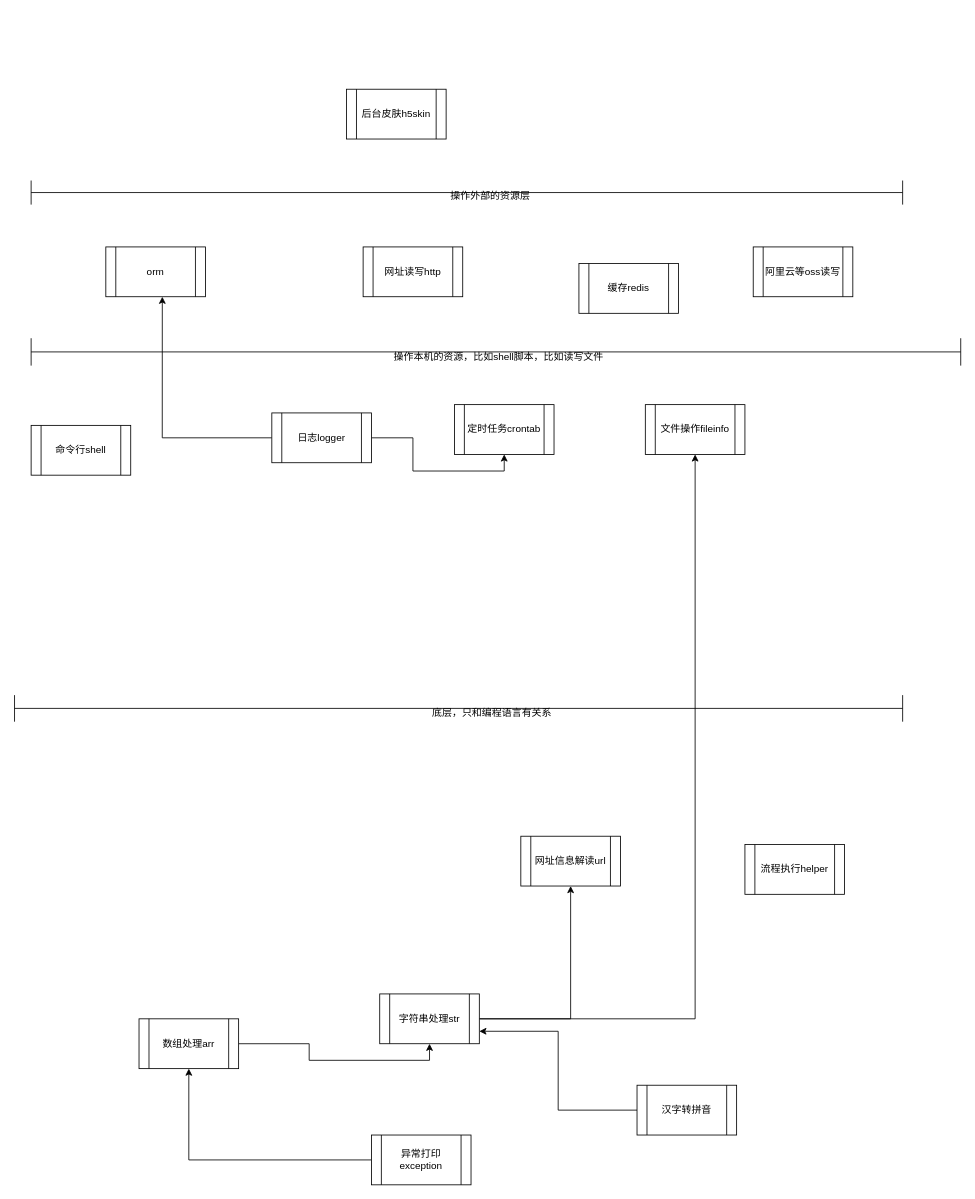
Earlier version of the draw.io diagram 架构代码责任划分.drawio (xltxlm/filesystem). Source tidied: cells renumbered, new cells numbered last; positions are measured from the earlier drawing's top-left corner, leaving out a move shared by most shapes. Both pictures are drawn from the tidied source at 83%, with x=0, y=0 at pixel (14, 89).
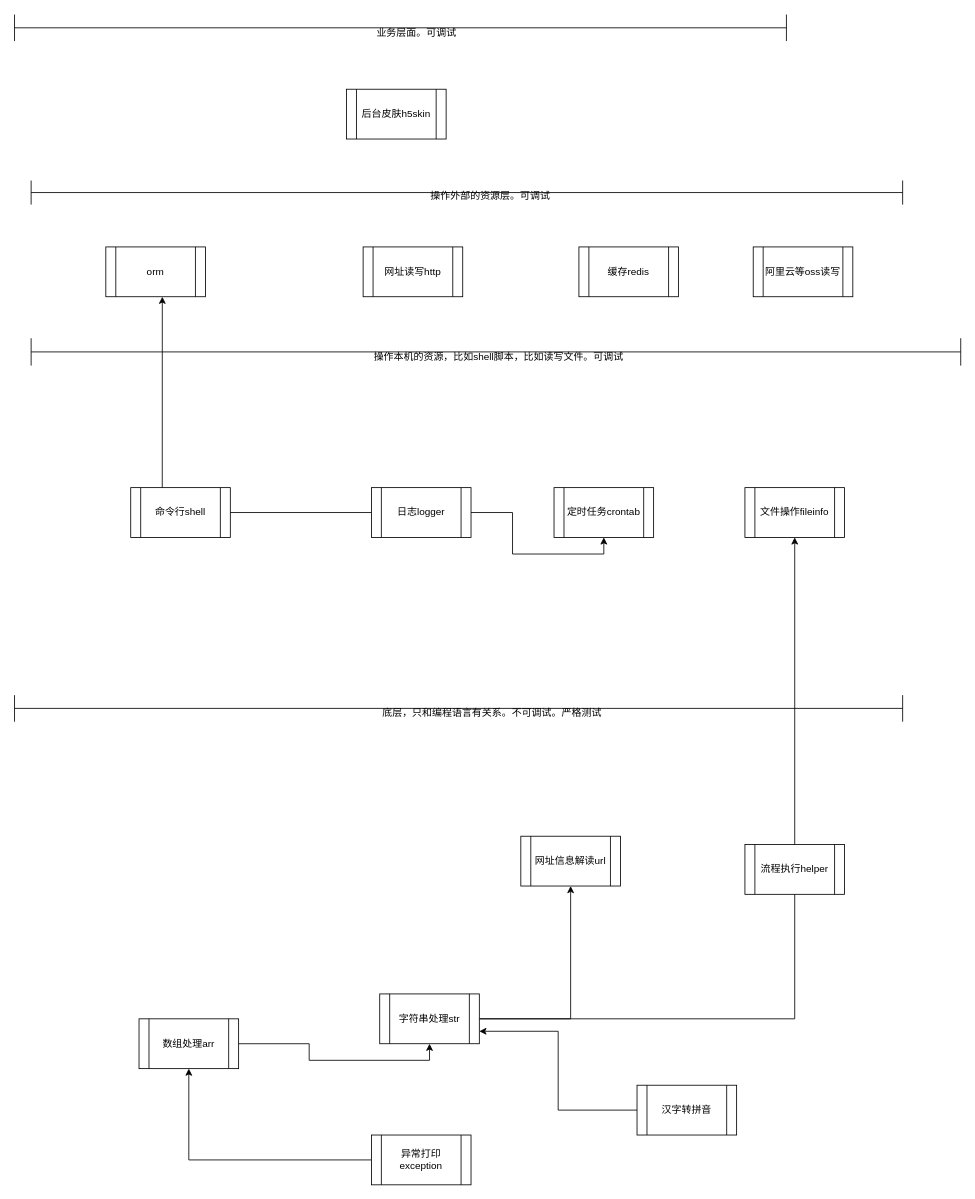
After the change.

Commit message (it also covers changes not shown here):
更新架构代码责任划分.drawio

Unchanged cells that the change refers to:
```xml
<mxCell id="22" style="shape=crossbar;whiteSpace=wrap;html=1;rounded=1;" parent="1" vertex="1">
  <mxGeometry y="730" width="1070" height="32" as="geometry" />
</mxCell>
<mxCell id="24" style="shape=crossbar;whiteSpace=wrap;html=1;rounded=1;" parent="1" vertex="1">
  <mxGeometry x="20" y="110" width="1050" height="29" as="geometry" />
</mxCell>
<mxCell id="26" style="shape=crossbar;whiteSpace=wrap;html=1;rounded=1;" parent="1" vertex="1">
  <mxGeometry x="20" y="300" width="1120" height="33" as="geometry" />
</mxCell>
```

What changed in the source:
```diff
@@
     <mxCell id="9" value="日志logger" style="shape=process;whiteSpace=wrap;html=1;backgroundOutline=1;" parent="1" vertex="1">
-      <mxGeometry x="310" y="390" width="120" height="60" as="geometry" />
+      <mxGeometry x="430" y="480" width="120" height="60" as="geometry" />
     </mxCell>
@@
     <mxCell id="11" value="定时任务crontab" style="shape=process;whiteSpace=wrap;html=1;backgroundOutline=1;" parent="1" vertex="1">
-      <mxGeometry x="530" y="380" width="120" height="60" as="geometry" />
+      <mxGeometry x="650" y="480" width="120" height="60" as="geometry" />
     </mxCell>
@@
     <mxCell id="13" value="命令行shell" style="shape=process;whiteSpace=wrap;html=1;backgroundOutline=1;" parent="1" vertex="1">
-      <mxGeometry x="20" y="405" width="120" height="60" as="geometry" />
+      <mxGeometry x="140" y="480" width="120" height="60" as="geometry" />
     </mxCell>
@@
     <mxCell id="17" value="文件操作fileinfo" style="shape=process;whiteSpace=wrap;html=1;backgroundOutline=1;" parent="1" vertex="1">
-      <mxGeometry x="760" y="380" width="120" height="60" as="geometry" />
+      <mxGeometry x="880" y="480" width="120" height="60" as="geometry" />
     </mxCell>
@@
     <mxCell id="20" value="缓存redis" style="shape=process;whiteSpace=wrap;html=1;backgroundOutline=1;" parent="1" vertex="1">
-      <mxGeometry x="680" y="210" width="120" height="60" as="geometry" />
+      <mxGeometry x="680" y="190" width="120" height="60" as="geometry" />
     </mxCell>
@@
-    <mxCell id="23" value="底层，只和编程语言有关系" style="text;html=1;align=center;verticalAlign=middle;" parent="22" vertex="1">
-      <mxGeometry x="495" y="12" width="160" height="20" as="geometry" />
+    <mxCell id="23" value="底层，只和编程语言有关系。不可调试。严格测试" style="text;html=1;align=center;verticalAlign=middle;" parent="22" vertex="1">
+      <mxGeometry x="435" y="12" width="280" height="20" as="geometry" />
     </mxCell>
@@
-    <mxCell id="25" value="操作外部的资源层" style="text;html=1;align=center;verticalAlign=middle;" parent="24" vertex="1">
-      <mxGeometry x="498" y="9" width="110" height="20" as="geometry" />
+    <mxCell id="25" value="操作外部的资源层。可调试" style="text;html=1;align=center;verticalAlign=middle;" parent="24" vertex="1">
+      <mxGeometry x="473" y="9" width="160" height="20" as="geometry" />
     </mxCell>
@@
-    <mxCell id="27" value="操作本机的资源，比如shell脚本，比如读写文件" style="text;html=1;align=center;verticalAlign=middle;" parent="26" vertex="1">
-      <mxGeometry x="428" y="13" width="270" height="20" as="geometry" />
+    <mxCell id="27" value="操作本机的资源，比如shell脚本，比如读写文件。可调试" style="text;html=1;align=center;verticalAlign=middle;" parent="26" vertex="1">
+      <mxGeometry x="403" y="13" width="320" height="20" as="geometry" />
     </mxCell>
@@
+    <mxCell id="30" style="shape=crossbar;whiteSpace=wrap;html=1;rounded=1;" parent="1" vertex="1">
+      <mxGeometry y="-90" width="930" height="32" as="geometry" />
+    </mxCell>
+    <mxCell id="31" value="业务层面。可调试" style="text;html=1;align=center;verticalAlign=middle;" parent="30" vertex="1">
+      <mxGeometry x="429" y="12" width="110" height="20" as="geometry" />
+    </mxCell>
```
